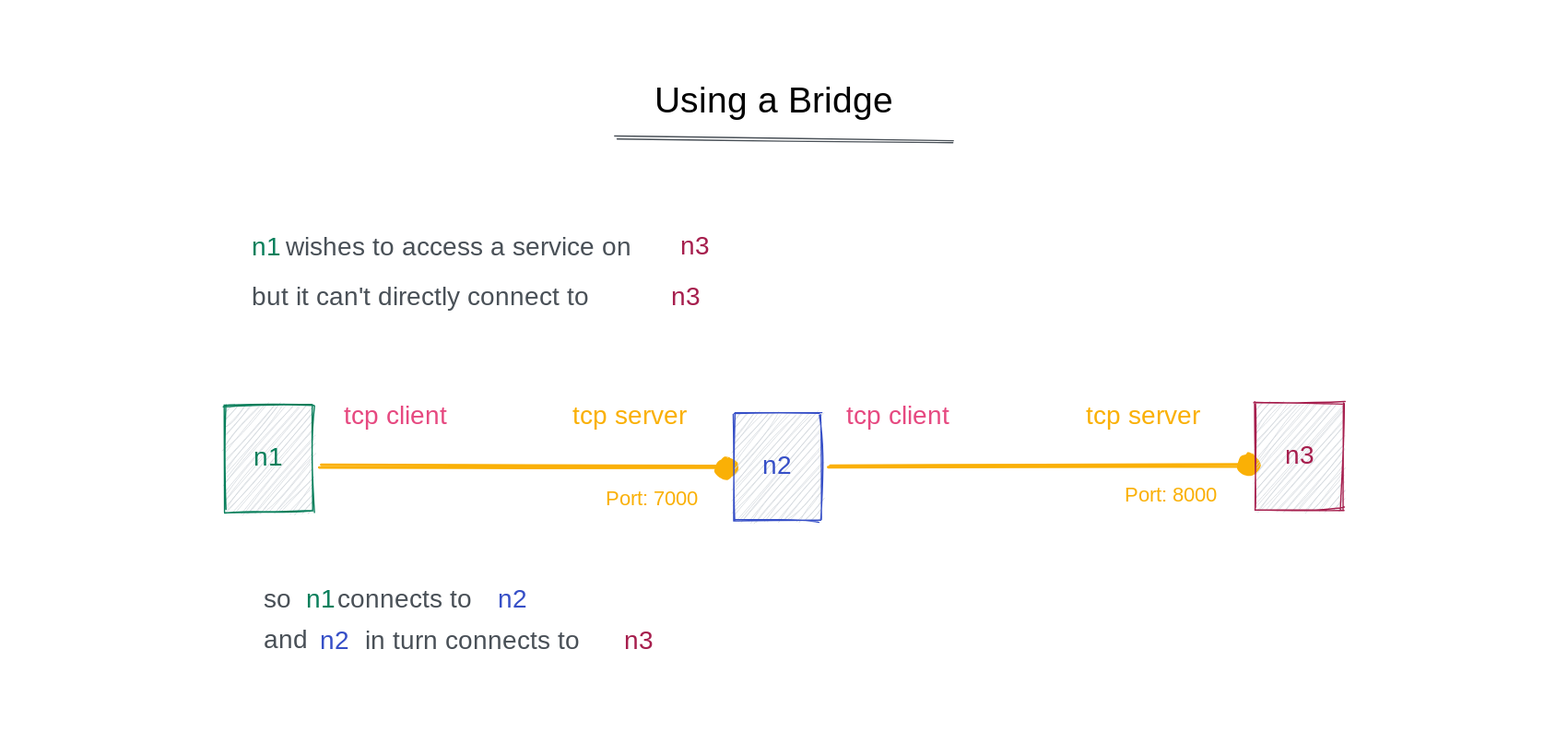
The Excalidraw diagram .gitbook/assets/file.excalidraw (2).svg in build-trust/ockam-documentation, before a commit. Source tidied: one line per element, renumbered; positions are measured from the earlier drawing's top-left corner, leaving out a move shared by most shapes.
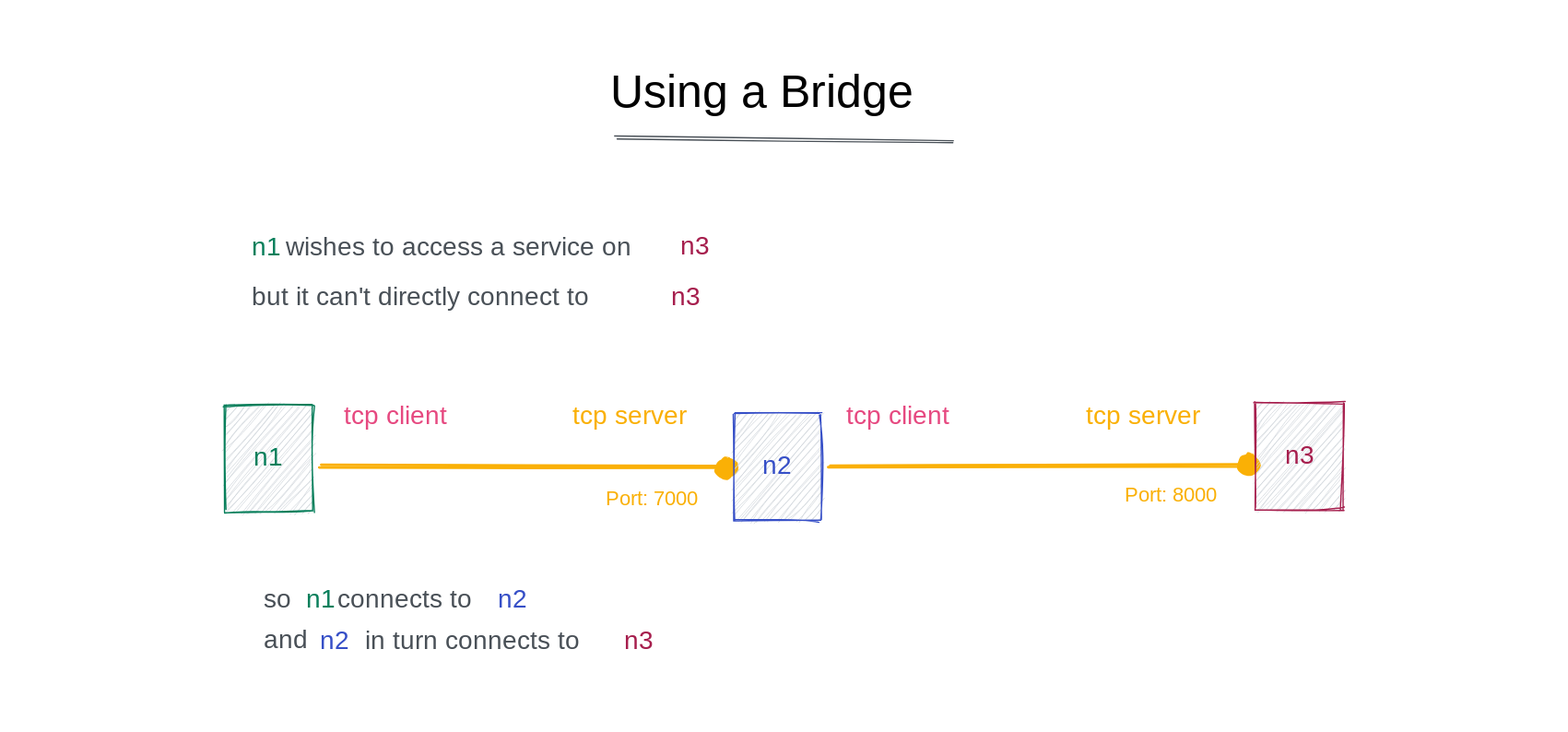
After the change.

Commit message:
GITBOOK-1059: change request with no subject merged in GitBook

Diff of the diagram source:
```diff
@@ -1,5 +1,5 @@
 {"id": 0, "type": "rectangle", "strokeColor": "transparent", "strokeWidth": 1, "roughness": 1, "round": true, "x": 0, "y": 0, "width": 1195, "height": 547}
-{"id": 1, "type": "text", "text": "Using a Bridge", "strokeColor": "#000000", "backgroundColor": "#ced4da", "fillStyle": "hachure", "strokeWidth": 1, "roughness": 1, "fontSize": 28, "fontFamily": 1, "x": 497, "y": 52, "width": 201, "height": 36}
+{"id": 1, "type": "text", "text": "Using a Bridge", "strokeColor": "#000000", "backgroundColor": "#ced4da", "fillStyle": "hachure", "strokeWidth": 1, "roughness": 1, "fontSize": 36, "fontFamily": 1, "x": 463, "y": 41, "width": 258, "height": 45}
 {"id": 2, "type": "arrow", "strokeColor": "#fab005", "backgroundColor": "#e64980", "fillStyle": "hachure", "strokeWidth": 2, "roughness": 1, "endArrowhead": "dot", "round": true, "from": 9, "to": 15, "x": 633, "y": 352, "width": 323, "height": 2, "points": [[0, 0], [323, -2]]}
 {"id": 3, "type": "arrow", "strokeColor": "#fab005", "backgroundColor": "#e64980", "fillStyle": "hachure", "strokeWidth": 2, "roughness": 1, "endArrowhead": "dot", "round": true, "from": 7, "to": 9, "x": 239, "y": 351, "width": 314, "height": 0, "points": [[0, 0], [314, 0]]}
 {"id": 4, "type": "text", "text": "tcp client", "strokeColor": "#e64980", "strokeWidth": 1, "roughness": 1, "fontSize": 20, "fontFamily": 1, "x": 646, "y": 300, "width": 94, "height": 25}
```
